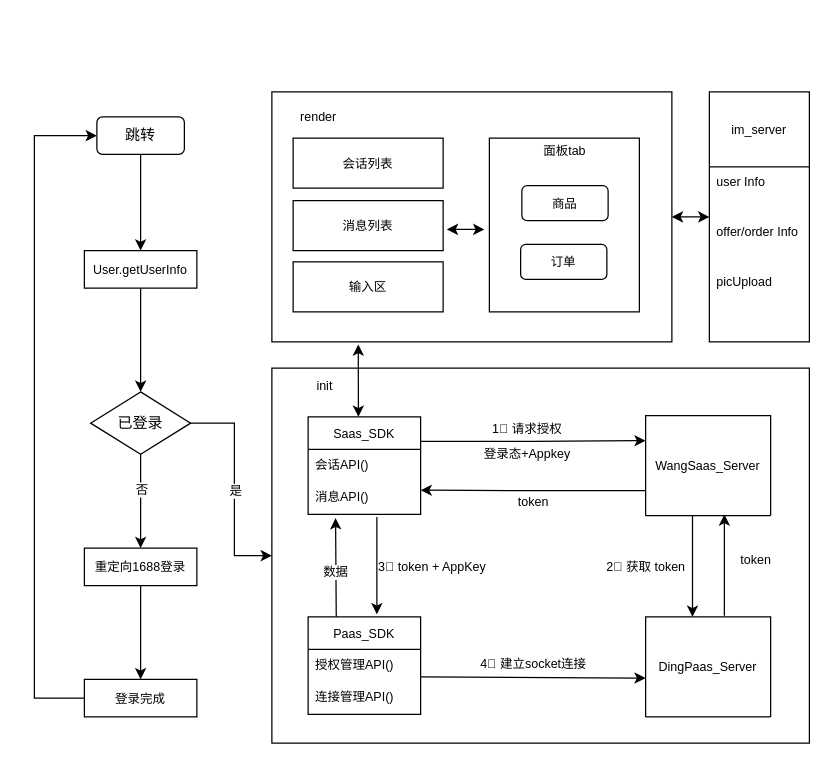
Before: webIM架构.drawio in git-zhanglei/flowCharts, a draw.io diagram. Source tidied: cells renumbered, new cells numbered last; positions are measured from the earlier drawing's top-left corner, leaving out a move shared by most shapes. Both pictures are drawn from the tidied source at 125%, with x=0, y=0 at pixel (34, 30).
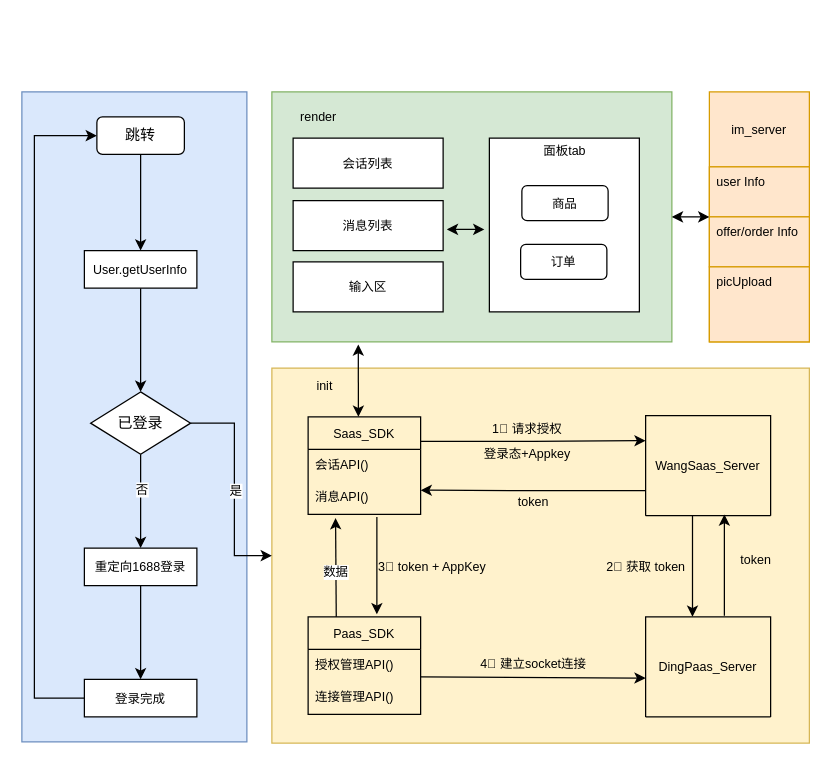
Above is the later version.

The edit, as a diff of the source:
```diff
@@
+    <mxCell id="57" style="rounded=0;whiteSpace=wrap;html=1;fillColor=#dae8fc;strokeColor=#6c8ebf;" parent="1" vertex="1">
+      <mxGeometry x="-10" y="49" width="180" height="520" as="geometry" />
+    </mxCell>
-    <mxCell id="2" style="rounded=0;whiteSpace=wrap;html=1;fontFamily=Helvetica;fontSize=10;" parent="1" vertex="1">
+    <mxCell id="2" style="rounded=0;whiteSpace=wrap;html=1;fontFamily=Helvetica;fontSize=10;fillColor=#d5e8d4;strokeColor=#82b366;" parent="1" vertex="1">
       <mxGeometry x="190" y="49" width="320" height="200" as="geometry" />
     </mxCell>
-    <mxCell id="3" style="rounded=0;whiteSpace=wrap;html=1;fontFamily=Helvetica;fontSize=10;" parent="1" vertex="1">
+    <mxCell id="3" style="rounded=0;whiteSpace=wrap;html=1;fontFamily=Helvetica;fontSize=10;fillColor=#fff2cc;strokeColor=#d6b656;" parent="1" vertex="1">
       <mxGeometry x="190" y="270" width="430" height="300" as="geometry" />
     </mxCell>
@@
-    <mxCell id="51" value="im_server" style="swimlane;fontStyle=0;horizontal=1;startSize=60;fillColor=none;fontFamily=Helvetica;fontSize=10;" parent="1" vertex="1">
+    <mxCell id="51" value="im_server" style="swimlane;fontStyle=0;horizontal=1;startSize=60;fillColor=#ffe6cc;fontFamily=Helvetica;fontSize=10;strokeColor=#d79b00;" parent="1" vertex="1">
       <mxGeometry x="540" y="49" width="80" height="200" as="geometry" />
     </mxCell>
-    <mxCell id="52" value="user Info" style="text;strokeColor=none;fillColor=none;align=left;verticalAlign=top;spacingLeft=4;spacingRight=4;overflow=hidden;fontFamily=Helvetica;fontSize=10;" parent="51" vertex="1">
+    <mxCell id="52" value="user Info" style="text;strokeColor=#d79b00;fillColor=#ffe6cc;align=left;verticalAlign=top;spacingLeft=4;spacingRight=4;overflow=hidden;fontFamily=Helvetica;fontSize=10;" parent="51" vertex="1">
       <mxGeometry y="60" width="80" height="40" as="geometry" />
     </mxCell>
-    <mxCell id="53" value="offer/order Info" style="text;strokeColor=none;fillColor=none;align=left;verticalAlign=top;spacingLeft=4;spacingRight=4;overflow=hidden;fontFamily=Helvetica;fontSize=10;" parent="51" vertex="1">
+    <mxCell id="53" value="offer/order Info" style="text;strokeColor=#d79b00;fillColor=#ffe6cc;align=left;verticalAlign=top;spacingLeft=4;spacingRight=4;overflow=hidden;fontFamily=Helvetica;fontSize=10;" parent="51" vertex="1">
       <mxGeometry y="100" width="80" height="40" as="geometry" />
     </mxCell>
-    <mxCell id="54" value="picUpload" style="text;strokeColor=none;fillColor=none;align=left;verticalAlign=top;spacingLeft=4;spacingRight=4;overflow=hidden;fontFamily=Helvetica;fontSize=10;" parent="51" vertex="1">
+    <mxCell id="54" value="picUpload" style="text;strokeColor=#d79b00;fillColor=#ffe6cc;align=left;verticalAlign=top;spacingLeft=4;spacingRight=4;overflow=hidden;fontFamily=Helvetica;fontSize=10;" parent="51" vertex="1">
       <mxGeometry y="140" width="80" height="60" as="geometry" />
     </mxCell>
```
